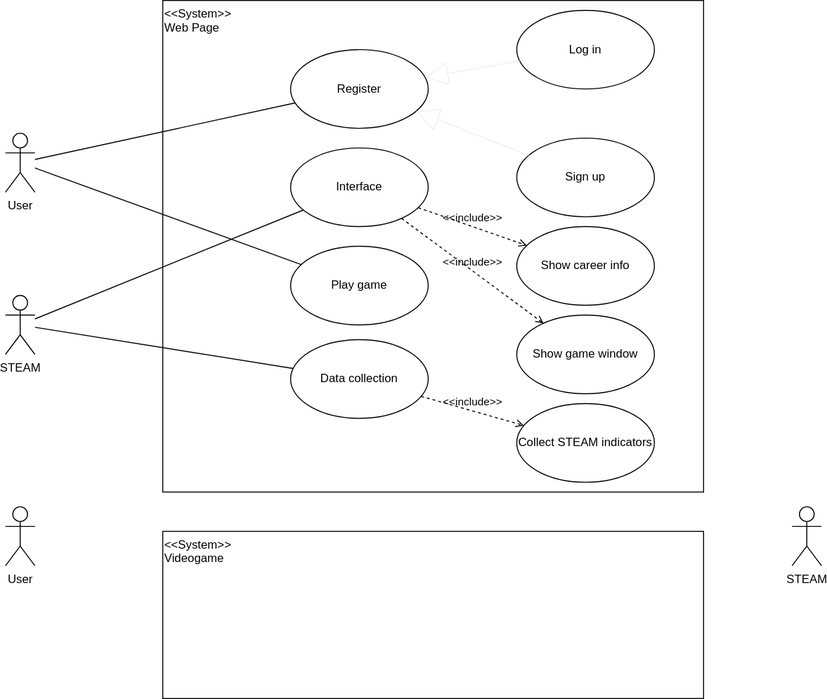
ITC21/srsdoc keeps this draw.io diagram as caso-de-uso-STEAM.drawio.svg. Above is the earlier version. Source tidied: cells renumbered, new cells last; positions are measured from the earlier drawing's top-left corner, leaving out a move shared by most shapes. The source it was exported from:
```xml
<mxGraphModel>
  <root>
    <mxCell id="0" />
    <mxCell id="1" parent="0" />
    <mxCell id="2" value="&amp;lt;&amp;lt;System&amp;gt;&amp;gt;&lt;br&gt;Web Page&lt;br&gt;" style="rounded=0;whiteSpace=wrap;html=1;align=left;verticalAlign=top;" parent="1" vertex="1">
      <mxGeometry x="160" width="550" height="500" as="geometry" />
    </mxCell>
    <mxCell id="3" value="User" style="shape=umlActor;verticalLabelPosition=bottom;verticalAlign=top;html=1;outlineConnect=0;align=center;" parent="1" vertex="1">
      <mxGeometry y="135" width="30" height="60" as="geometry" />
    </mxCell>
    <mxCell id="4" value="Register" style="ellipse;whiteSpace=wrap;html=1;align=center;" parent="1" vertex="1">
      <mxGeometry x="290" y="50" width="140" height="80" as="geometry" />
    </mxCell>
    <mxCell id="5" value="Log in" style="ellipse;whiteSpace=wrap;html=1;align=center;" parent="1" vertex="1">
      <mxGeometry x="520" y="10" width="140" height="80" as="geometry" />
    </mxCell>
    <mxCell id="6" value="Sign up" style="ellipse;whiteSpace=wrap;html=1;align=center;" parent="1" vertex="1">
      <mxGeometry x="520" y="140" width="140" height="80" as="geometry" />
    </mxCell>
    <mxCell id="7" style="endArrow=block;html=1;strokeColor=#f0f0f0;endFill=0;endSize=21;" parent="1" edge="1" source="5" target="4">
      <mxGeometry relative="1" as="geometry" />
    </mxCell>
    <mxCell id="8" style="endArrow=block;html=1;strokeColor=#f0f0f0;endFill=0;endSize=21;" parent="1" edge="1" source="6" target="4">
      <mxGeometry relative="1" as="geometry" />
    </mxCell>
    <mxCell id="9" style="endArrow=none;html=1;" parent="1" edge="1" source="3" target="4">
      <mxGeometry relative="1" as="geometry" />
    </mxCell>
    <mxCell id="10" value="Play game" style="ellipse;whiteSpace=wrap;html=1;align=center;" parent="1" vertex="1">
      <mxGeometry x="290" y="250" width="140" height="80" as="geometry" />
    </mxCell>
    <mxCell id="11" style="endArrow=none;html=1;" parent="1" edge="1" source="3" target="10">
      <mxGeometry relative="1" as="geometry" />
    </mxCell>
    <mxCell id="12" value="&amp;lt;&amp;lt;System&amp;gt;&amp;gt;&lt;br&gt;Videogame" style="rounded=0;whiteSpace=wrap;html=1;align=left;verticalAlign=top;" parent="1" vertex="1">
      <mxGeometry x="160" y="540" width="550" height="170" as="geometry" />
    </mxCell>
    <mxCell id="13" value="User" style="shape=umlActor;verticalLabelPosition=bottom;verticalAlign=top;html=1;align=center;" parent="1" vertex="1">
      <mxGeometry y="515" width="30" height="60" as="geometry" />
    </mxCell>
    <mxCell id="14" value="STEAM" style="shape=umlActor;verticalLabelPosition=bottom;verticalAlign=top;html=1;align=center;" parent="1" vertex="1">
      <mxGeometry x="800" y="515" width="30" height="60" as="geometry" />
    </mxCell>
    <mxCell id="15" value="Interface" style="ellipse;whiteSpace=wrap;html=1;align=center;" parent="1" vertex="1">
      <mxGeometry x="290" y="150" width="140" height="80" as="geometry" />
    </mxCell>
    <mxCell id="16" value="Show game window" style="ellipse;whiteSpace=wrap;html=1;align=center;" parent="1" vertex="1">
      <mxGeometry x="520" y="320" width="140" height="80" as="geometry" />
    </mxCell>
    <mxCell id="17" value="Show career info" style="ellipse;whiteSpace=wrap;html=1;align=center;" parent="1" vertex="1">
      <mxGeometry x="520" y="230" width="140" height="80" as="geometry" />
    </mxCell>
    <mxCell id="18" value="STEAM" style="shape=umlActor;verticalLabelPosition=bottom;verticalAlign=top;html=1;outlineConnect=0;align=center;" parent="1" vertex="1">
      <mxGeometry y="300" width="30" height="60" as="geometry" />
    </mxCell>
    <mxCell id="19" style="endArrow=none;html=1;" parent="1" edge="1" source="18" target="15">
      <mxGeometry relative="1" as="geometry" />
    </mxCell>
    <mxCell id="20" value="Data collection" style="ellipse;whiteSpace=wrap;html=1;align=center;" parent="1" vertex="1">
      <mxGeometry x="290" y="345" width="140" height="80" as="geometry" />
    </mxCell>
    <mxCell id="21" style="endArrow=none;html=1;" parent="1" edge="1" source="18" target="20">
      <mxGeometry relative="1" as="geometry" />
    </mxCell>
    <mxCell id="22" value="&amp;lt;&amp;lt;include&amp;gt;&amp;gt;" style="html=1;verticalAlign=bottom;labelBackgroundColor=none;endArrow=open;endFill=0;dashed=1;" parent="1" edge="1" source="15" target="17">
      <mxGeometry relative="1" as="geometry" />
    </mxCell>
    <mxCell id="23" value="&amp;lt;&amp;lt;include&amp;gt;&amp;gt;" style="html=1;verticalAlign=bottom;labelBackgroundColor=none;endArrow=open;endFill=0;dashed=1;" parent="1" edge="1" source="15" target="16">
      <mxGeometry relative="1" as="geometry" />
    </mxCell>
    <mxCell id="24" value="Collect STEAM indicators" style="ellipse;whiteSpace=wrap;html=1;align=center;" parent="1" vertex="1">
      <mxGeometry x="520" y="410" width="140" height="80" as="geometry" />
    </mxCell>
    <mxCell id="25" value="&amp;lt;&amp;lt;include&amp;gt;&amp;gt;" style="html=1;verticalAlign=bottom;labelBackgroundColor=none;endArrow=open;endFill=0;dashed=1;" parent="1" edge="1" source="20" target="24">
      <mxGeometry relative="1" as="geometry" />
    </mxCell>
  </root>
</mxGraphModel>
```
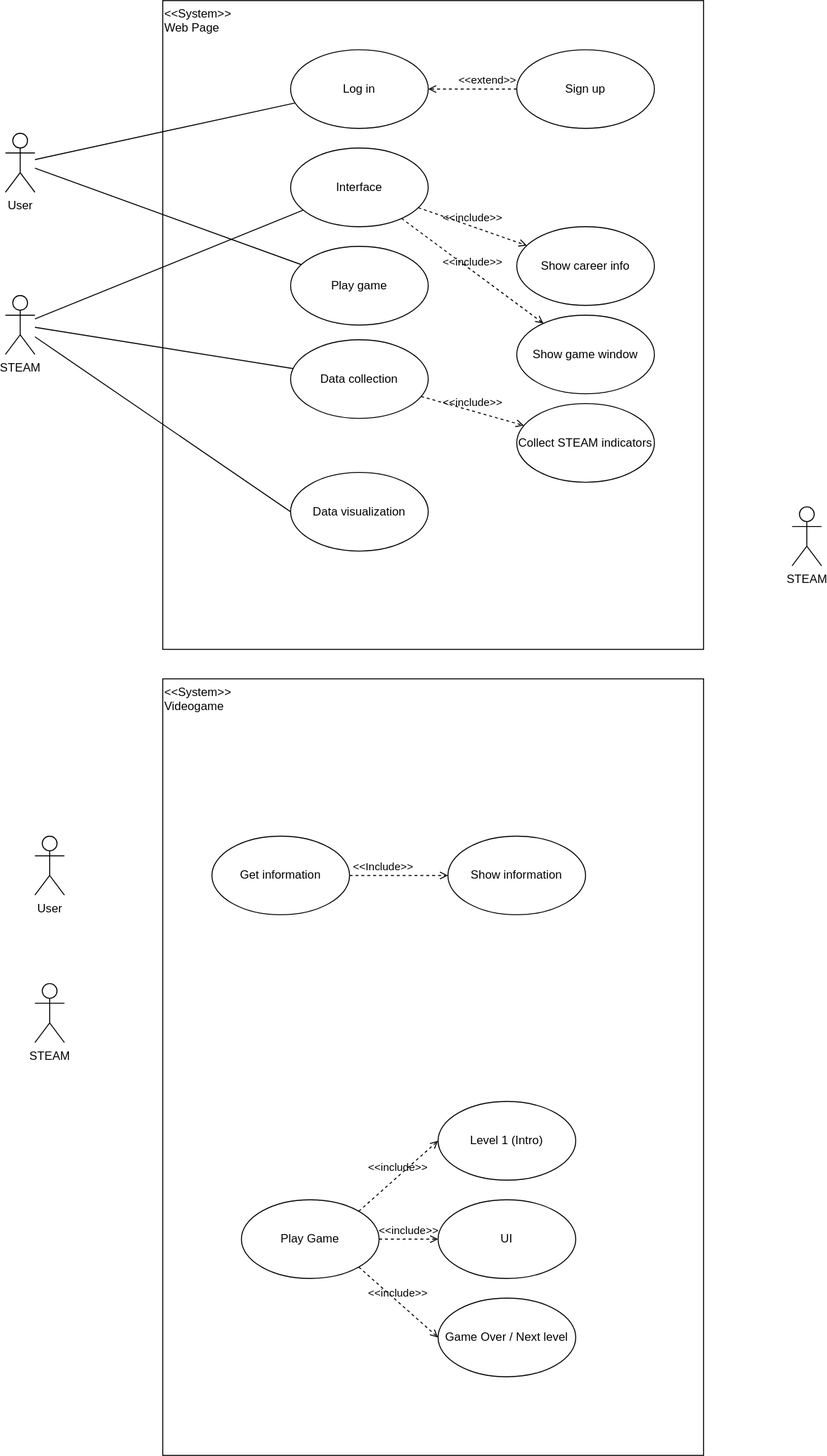
After the change.

Commit message:
Modificaciones de diagarama

The edit, as a diff of the source:
```diff
@@ -3,26 +3,17 @@
     <mxCell id="0" />
     <mxCell id="1" parent="0" />
     <mxCell id="2" value="&amp;lt;&amp;lt;System&amp;gt;&amp;gt;&lt;br&gt;Web Page&lt;br&gt;" style="rounded=0;whiteSpace=wrap;html=1;align=left;verticalAlign=top;" parent="1" vertex="1">
-      <mxGeometry x="160" width="550" height="500" as="geometry" />
+      <mxGeometry x="160" width="550" height="660" as="geometry" />
     </mxCell>
     <mxCell id="3" value="User" style="shape=umlActor;verticalLabelPosition=bottom;verticalAlign=top;html=1;outlineConnect=0;align=center;" parent="1" vertex="1">
       <mxGeometry y="135" width="30" height="60" as="geometry" />
     </mxCell>
-    <mxCell id="4" value="Register" style="ellipse;whiteSpace=wrap;html=1;align=center;" parent="1" vertex="1">
+    <mxCell id="4" value="Log in" style="ellipse;whiteSpace=wrap;html=1;align=center;" parent="1" vertex="1">
       <mxGeometry x="290" y="50" width="140" height="80" as="geometry" />
     </mxCell>
-    <mxCell id="5" value="Log in" style="ellipse;whiteSpace=wrap;html=1;align=center;" parent="1" vertex="1">
-      <mxGeometry x="520" y="10" width="140" height="80" as="geometry" />
-    </mxCell>
     <mxCell id="6" value="Sign up" style="ellipse;whiteSpace=wrap;html=1;align=center;" parent="1" vertex="1">
-      <mxGeometry x="520" y="140" width="140" height="80" as="geometry" />
+      <mxGeometry x="520" y="50" width="140" height="80" as="geometry" />
     </mxCell>
-    <mxCell id="7" style="endArrow=block;html=1;strokeColor=#f0f0f0;endFill=0;endSize=21;" parent="1" edge="1" source="5" target="4">
-      <mxGeometry relative="1" as="geometry" />
-    </mxCell>
-    <mxCell id="8" style="endArrow=block;html=1;strokeColor=#f0f0f0;endFill=0;endSize=21;" parent="1" edge="1" source="6" target="4">
-      <mxGeometry relative="1" as="geometry" />
-    </mxCell>
     <mxCell id="9" style="endArrow=none;html=1;" parent="1" edge="1" source="3" target="4">
       <mxGeometry relative="1" as="geometry" />
     </mxCell>
@@ -33,11 +24,8 @@
       <mxGeometry relative="1" as="geometry" />
     </mxCell>
     <mxCell id="12" value="&amp;lt;&amp;lt;System&amp;gt;&amp;gt;&lt;br&gt;Videogame" style="rounded=0;whiteSpace=wrap;html=1;align=left;verticalAlign=top;" parent="1" vertex="1">
-      <mxGeometry x="160" y="540" width="550" height="170" as="geometry" />
+      <mxGeometry x="160" y="690" width="550" height="790" as="geometry" />
     </mxCell>
-    <mxCell id="13" value="User" style="shape=umlActor;verticalLabelPosition=bottom;verticalAlign=top;html=1;align=center;" parent="1" vertex="1">
-      <mxGeometry y="515" width="30" height="60" as="geometry" />
-    </mxCell>
     <mxCell id="14" value="STEAM" style="shape=umlActor;verticalLabelPosition=bottom;verticalAlign=top;html=1;align=center;" parent="1" vertex="1">
       <mxGeometry x="800" y="515" width="30" height="60" as="geometry" />
     </mxCell>
@@ -74,5 +62,52 @@
     <mxCell id="25" value="&amp;lt;&amp;lt;include&amp;gt;&amp;gt;" style="html=1;verticalAlign=bottom;labelBackgroundColor=none;endArrow=open;endFill=0;dashed=1;" parent="1" edge="1" source="20" target="24">
       <mxGeometry relative="1" as="geometry" />
     </mxCell>
+    <mxCell id="26" value="Data visualization" style="ellipse;whiteSpace=wrap;html=1;align=center;" parent="1" vertex="1">
+      <mxGeometry x="290" y="480" width="140" height="80" as="geometry" />
+    </mxCell>
+    <mxCell id="27" style="endArrow=none;html=1;entryX=0;entryY=0.5;entryDx=0;entryDy=0;" parent="1" edge="1" target="26">
+      <mxGeometry relative="1" as="geometry">
+        <mxPoint x="30" y="342" as="sourcePoint" />
+      </mxGeometry>
+    </mxCell>
+    <mxCell id="28" value="STEAM" style="shape=umlActor;verticalLabelPosition=bottom;verticalAlign=top;html=1;align=center;" parent="1" vertex="1">
+      <mxGeometry x="30" y="1000" width="30" height="60" as="geometry" />
+    </mxCell>
+    <mxCell id="13" value="User" style="shape=umlActor;verticalLabelPosition=bottom;verticalAlign=top;html=1;align=center;" parent="1" vertex="1">
+      <mxGeometry x="30" y="850" width="30" height="60" as="geometry" />
+    </mxCell>
+    <mxCell id="29" value="Get information" style="ellipse;whiteSpace=wrap;html=1;align=center;" parent="1" vertex="1">
+      <mxGeometry x="210" y="850" width="140" height="80" as="geometry" />
+    </mxCell>
+    <mxCell id="30" value="Show information" style="ellipse;whiteSpace=wrap;html=1;align=center;" parent="1" vertex="1">
+      <mxGeometry x="450" y="850" width="140" height="80" as="geometry" />
+    </mxCell>
+    <mxCell id="31" value="&amp;lt;&amp;lt;Include&amp;gt;&amp;gt;" style="html=1;verticalAlign=bottom;labelBackgroundColor=none;endArrow=open;endFill=0;dashed=1;exitX=1;exitY=0.5;exitDx=0;exitDy=0;entryX=0;entryY=0.5;entryDx=0;entryDy=0;" parent="1" edge="1" source="29" target="30">
+      <mxGeometry x="-0.33" relative="1" as="geometry" />
+    </mxCell>
+    <mxCell id="32" value="Play Game" style="ellipse;whiteSpace=wrap;html=1;align=center;" parent="1" vertex="1">
+      <mxGeometry x="240" y="1220" width="140" height="80" as="geometry" />
+    </mxCell>
+    <mxCell id="33" value="&amp;lt;&amp;lt;include&amp;gt;&amp;gt;" style="html=1;verticalAlign=bottom;labelBackgroundColor=none;endArrow=open;endFill=0;dashed=1;exitX=1;exitY=0;exitDx=0;exitDy=0;entryX=0;entryY=0.5;entryDx=0;entryDy=0;" parent="1" edge="1" source="32" target="34">
+      <mxGeometry relative="1" as="geometry" />
+    </mxCell>
+    <mxCell id="34" value="Level 1 (Intro)" style="ellipse;whiteSpace=wrap;html=1;align=center;" parent="1" vertex="1">
+      <mxGeometry x="440" y="1120" width="140" height="80" as="geometry" />
+    </mxCell>
+    <mxCell id="35" value="UI" style="ellipse;whiteSpace=wrap;html=1;align=center;" parent="1" vertex="1">
+      <mxGeometry x="440" y="1220" width="140" height="80" as="geometry" />
+    </mxCell>
+    <mxCell id="36" value="&amp;lt;&amp;lt;include&amp;gt;&amp;gt;" style="html=1;verticalAlign=bottom;labelBackgroundColor=none;endArrow=open;endFill=0;dashed=1;exitX=1;exitY=0.5;exitDx=0;exitDy=0;entryX=0;entryY=0.5;entryDx=0;entryDy=0;" parent="1" edge="1" source="32" target="35">
+      <mxGeometry relative="1" as="geometry" />
+    </mxCell>
+    <mxCell id="37" value="Game Over / Next level" style="ellipse;whiteSpace=wrap;html=1;align=center;" parent="1" vertex="1">
+      <mxGeometry x="440" y="1320" width="140" height="80" as="geometry" />
+    </mxCell>
+    <mxCell id="38" value="&amp;lt;&amp;lt;include&amp;gt;&amp;gt;" style="html=1;verticalAlign=bottom;labelBackgroundColor=none;endArrow=open;endFill=0;dashed=1;exitX=1;exitY=1;exitDx=0;exitDy=0;entryX=0;entryY=0.5;entryDx=0;entryDy=0;" parent="1" edge="1" source="32" target="37">
+      <mxGeometry relative="1" as="geometry" />
+    </mxCell>
+    <mxCell id="8" value="&amp;lt;&amp;lt;extend&amp;gt;&amp;gt;" style="html=1;verticalAlign=bottom;labelBackgroundColor=none;endArrow=open;endFill=0;dashed=1;exitX=0;exitY=0.5;exitDx=0;exitDy=0;entryX=1;entryY=0.5;entryDx=0;entryDy=0;" parent="1" edge="1" source="6" target="4">
+      <mxGeometry x="-0.33" relative="1" as="geometry" />
+    </mxCell>
   </root>
 </mxGraphModel>
```
